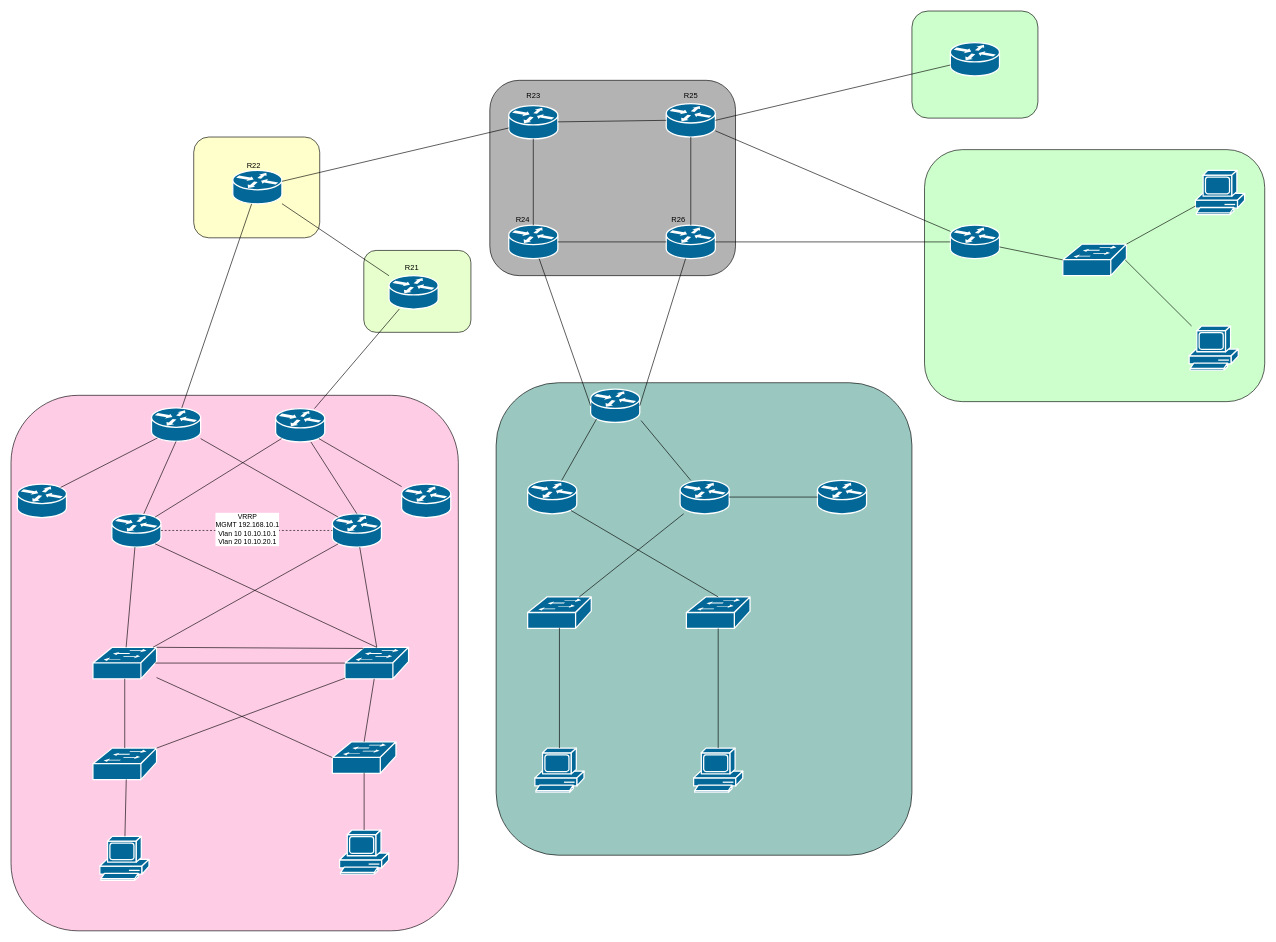
This is lab_04_network/NETWORK2025.drawio from alena250892/otus_network_engineer, a draw.io file, before an edit. Source tidied: cells renumbered, new cells numbered last; positions are measured from the earlier drawing's top-left corner, leaving out a move shared by most shapes. Both pictures are drawn from the tidied source at 63%, with x=0, y=0 at pixel (11, 11).
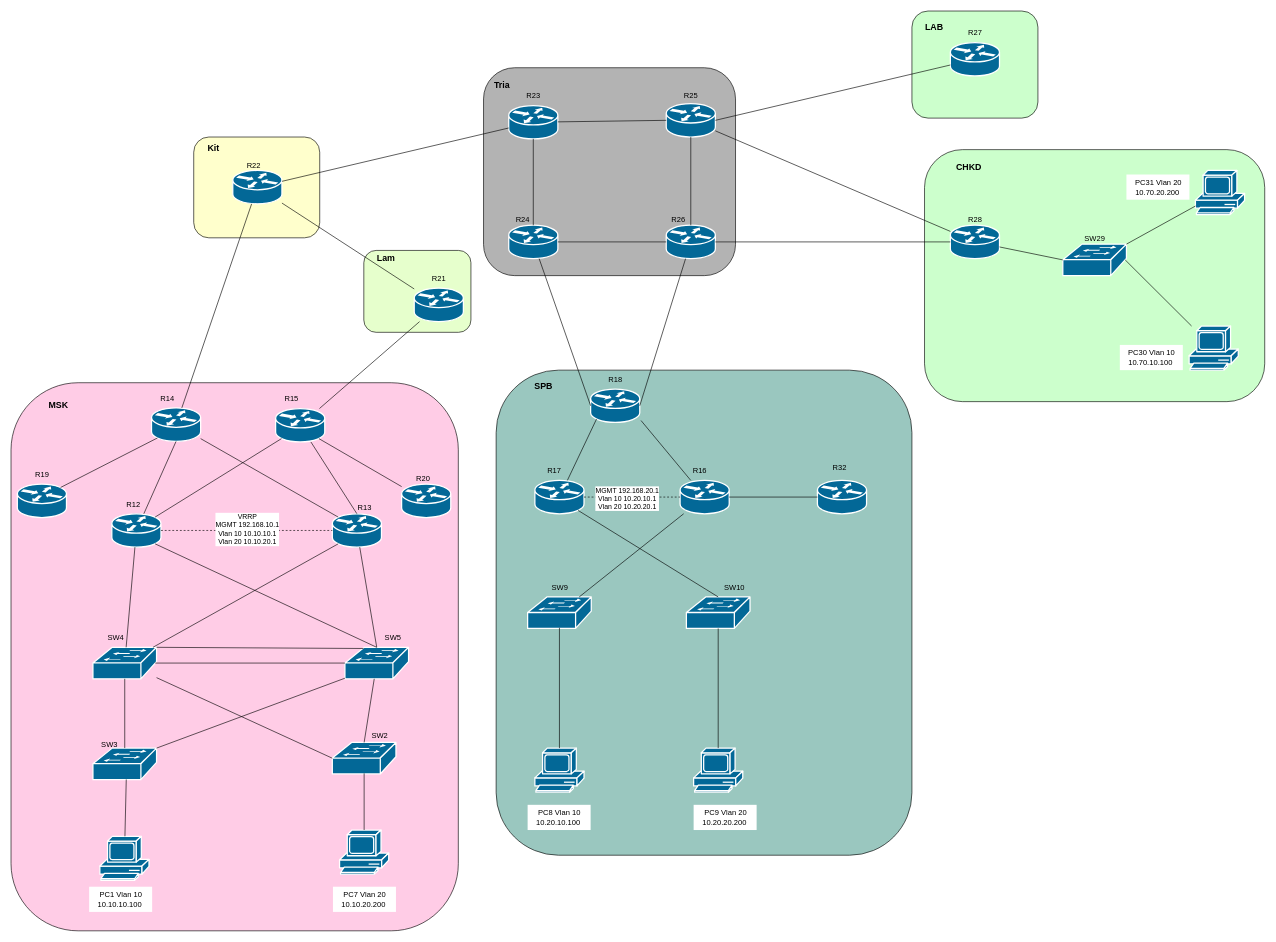
After the change.

Unchanged cells that the change refers to:
```xml
<mxCell id="25" style="shape=mxgraph.cisco.routers.router;sketch=0;html=1;dashed=0;fillColor=#036897;strokeColor=#ffffff;strokeWidth=2;verticalLabelPosition=bottom;verticalAlign=top;align=center;outlineConnect=0;" parent="1" vertex="1">
  <mxGeometry x="1062" y="745" width="78" height="53" as="geometry" />
</mxCell>
```

The edit, as a diff of the source:
```diff
@@
     <mxCell id="3" style="rounded=1;whiteSpace=wrap;html=1;fillColor=#B3B3B3;" parent="1" vertex="1">
-      <mxGeometry x="760" y="110" width="390" height="310" as="geometry" />
+      <mxGeometry x="750" y="90" width="400" height="330" as="geometry" />
     </mxCell>
@@
     <mxCell id="7" style="rounded=1;whiteSpace=wrap;html=1;fillColor=#9AC7BF;" parent="1" vertex="1">
-      <mxGeometry x="770" y="590" width="660" height="750" as="geometry" />
+      <mxGeometry x="770" y="570" width="660" height="770" as="geometry" />
     </mxCell>
     <mxCell id="8" style="rounded=1;whiteSpace=wrap;html=1;fillColor=#FFCCE6;" parent="1" vertex="1">
-      <mxGeometry y="610" width="710" height="850" as="geometry" />
+      <mxGeometry y="590" width="710" height="870" as="geometry" />
     </mxCell>
@@
     <mxCell id="16" style="shape=mxgraph.cisco.routers.router;sketch=0;html=1;dashed=0;fillColor=#036897;strokeColor=#ffffff;strokeWidth=2;verticalLabelPosition=bottom;verticalAlign=top;align=center;outlineConnect=0;" parent="1" vertex="1">
-      <mxGeometry x="600" y="420" width="78" height="53" as="geometry" />
+      <mxGeometry x="640" y="440" width="78" height="53" as="geometry" />
     </mxCell>
@@
     <mxCell id="24" style="shape=mxgraph.cisco.routers.router;sketch=0;html=1;dashed=0;fillColor=#036897;strokeColor=#ffffff;strokeWidth=2;verticalLabelPosition=bottom;verticalAlign=top;align=center;outlineConnect=0;" parent="1" vertex="1">
-      <mxGeometry x="820" y="745" width="78" height="53" as="geometry" />
+      <mxGeometry x="831.5" y="745" width="78" height="53" as="geometry" />
     </mxCell>
@@
     <mxCell id="30" style="shape=mxgraph.cisco.switches.workgroup_switch;sketch=0;html=1;dashed=0;fillColor=#036897;strokeColor=#ffffff;strokeWidth=2;verticalLabelPosition=bottom;verticalAlign=top;align=center;outlineConnect=0;" parent="1" vertex="1">
-      <mxGeometry x="510" y="1160" width="101" height="50" as="geometry" />
+      <mxGeometry x="510" y="1161" width="101" height="50" as="geometry" />
     </mxCell>
@@
     <mxCell id="85" value="R21" style="text;html=1;align=center;verticalAlign=middle;strokeColor=none;fillColor=none;" parent="1" vertex="1">
-      <mxGeometry x="611" y="393" width="50" height="30" as="geometry" />
+      <mxGeometry x="654" y="410" width="50" height="30" as="geometry" />
     </mxCell>
@@
+    <mxCell id="89" style="endArrow=none;dashed=1;html=1;rounded=0;entryX=0;entryY=0.5;entryDx=0;entryDy=0;entryPerimeter=0;exitX=1;exitY=0.5;exitDx=0;exitDy=0;exitPerimeter=0;" parent="1" edge="1" source="24" target="25">
+      <mxGeometry relative="1" as="geometry" />
+    </mxCell>
+    <mxCell id="90" value="MGMT 192.168.20.1&lt;div&gt;Vlan 10 10.20.10.1&lt;/div&gt;&lt;div&gt;Vlan 20 10.20.20.1&lt;/div&gt;" style="edgeLabel;html=1;align=center;verticalAlign=middle;" parent="89" vertex="1">
+      <mxGeometry x="-0.11" y="-2" relative="1" as="geometry" />
+    </mxCell>
+    <mxCell id="91" value="R27" style="text;html=1;align=center;verticalAlign=middle;strokeColor=none;fillColor=none;" parent="1" vertex="1">
+      <mxGeometry x="1505" y="20" width="50" height="30" as="geometry" />
+    </mxCell>
+    <mxCell id="92" value="R28" style="text;html=1;align=center;verticalAlign=middle;strokeColor=none;fillColor=none;" parent="1" vertex="1">
+      <mxGeometry x="1505" y="317" width="50" height="30" as="geometry" />
+    </mxCell>
+    <mxCell id="93" value="R18" style="text;html=1;align=center;verticalAlign=middle;strokeColor=none;fillColor=none;" parent="1" vertex="1">
+      <mxGeometry x="934" y="570" width="50" height="30" as="geometry" />
+    </mxCell>
+    <mxCell id="94" value="R32" style="text;html=1;align=center;verticalAlign=middle;strokeColor=none;fillColor=none;" parent="1" vertex="1">
+      <mxGeometry x="1290" y="710" width="50" height="30" as="geometry" />
+    </mxCell>
+    <mxCell id="95" value="R16" style="text;html=1;align=center;verticalAlign=middle;strokeColor=none;fillColor=none;" parent="1" vertex="1">
+      <mxGeometry x="1068" y="715" width="50" height="30" as="geometry" />
+    </mxCell>
+    <mxCell id="96" value="R17" style="text;html=1;align=center;verticalAlign=middle;strokeColor=none;fillColor=none;" parent="1" vertex="1">
+      <mxGeometry x="836.5" y="715" width="50" height="30" as="geometry" />
+    </mxCell>
+    <mxCell id="97" value="R14" style="text;html=1;align=center;verticalAlign=middle;strokeColor=none;fillColor=none;" parent="1" vertex="1">
+      <mxGeometry x="223" y="600" width="50" height="30" as="geometry" />
+    </mxCell>
+    <mxCell id="98" value="R15" style="text;html=1;align=center;verticalAlign=middle;strokeColor=none;fillColor=none;" parent="1" vertex="1">
+      <mxGeometry x="420" y="601" width="50" height="30" as="geometry" />
+    </mxCell>
+    <mxCell id="99" value="R19" style="text;html=1;align=center;verticalAlign=middle;strokeColor=none;fillColor=none;" parent="1" vertex="1">
+      <mxGeometry x="24" y="721" width="50" height="30" as="geometry" />
+    </mxCell>
+    <mxCell id="100" value="R20" style="text;html=1;align=center;verticalAlign=middle;strokeColor=none;fillColor=none;" parent="1" vertex="1">
+      <mxGeometry x="629" y="727" width="50" height="30" as="geometry" />
+    </mxCell>
+    <mxCell id="101" value="R12" style="text;html=1;align=center;verticalAlign=middle;strokeColor=none;fillColor=none;" parent="1" vertex="1">
+      <mxGeometry x="169" y="768" width="50" height="30" as="geometry" />
+    </mxCell>
+    <mxCell id="102" value="R13" style="text;html=1;align=center;verticalAlign=middle;strokeColor=none;fillColor=none;" parent="1" vertex="1">
+      <mxGeometry x="535.5" y="774" width="50" height="30" as="geometry" />
+    </mxCell>
+    <mxCell id="103" value="SW4" style="text;html=1;align=center;verticalAlign=middle;strokeColor=none;fillColor=none;" parent="1" vertex="1">
+      <mxGeometry x="141" y="980" width="50" height="30" as="geometry" />
+    </mxCell>
+    <mxCell id="104" value="SW5" style="text;html=1;align=center;verticalAlign=middle;strokeColor=none;fillColor=none;" parent="1" vertex="1">
+      <mxGeometry x="581" y="980" width="50" height="30" as="geometry" />
+    </mxCell>
+    <mxCell id="105" value="SW9" style="text;html=1;align=center;verticalAlign=middle;strokeColor=none;fillColor=none;" parent="1" vertex="1">
+      <mxGeometry x="845.5" y="900" width="50" height="30" as="geometry" />
+    </mxCell>
+    <mxCell id="106" value="SW10" style="text;html=1;align=center;verticalAlign=middle;strokeColor=none;fillColor=none;" parent="1" vertex="1">
+      <mxGeometry x="1118" y="900" width="60" height="30" as="geometry" />
+    </mxCell>
+    <mxCell id="107" value="SW29" style="text;html=1;align=center;verticalAlign=middle;strokeColor=none;fillColor=none;" parent="1" vertex="1">
+      <mxGeometry x="1690" y="347" width="60" height="30" as="geometry" />
+    </mxCell>
+    <mxCell id="108" value="PC1 Vlan 10&lt;div&gt;10.10.10.100&amp;nbsp;&lt;/div&gt;" style="text;html=1;align=center;verticalAlign=middle;strokeColor=none;fillColor=#FFFFFF;" parent="1" vertex="1">
+      <mxGeometry x="124" y="1390" width="100" height="40" as="geometry" />
+    </mxCell>
+    <mxCell id="109" value="PC7 Vlan 20&lt;div&gt;10.10.20.200&amp;nbsp;&lt;/div&gt;" style="text;html=1;align=center;verticalAlign=middle;strokeColor=none;fillColor=#FFFFFF;" parent="1" vertex="1">
+      <mxGeometry x="511" y="1390" width="100" height="40" as="geometry" />
+    </mxCell>
+    <mxCell id="110" value="PC8 Vlan 10&lt;div&gt;10.20.10.100&amp;nbsp;&lt;/div&gt;" style="text;html=1;align=center;verticalAlign=middle;strokeColor=none;fillColor=#FFFFFF;" parent="1" vertex="1">
+      <mxGeometry x="820" y="1260" width="100" height="40" as="geometry" />
+    </mxCell>
+    <mxCell id="111" value="PC30 Vlan 10&lt;div&gt;10.70.10.100&amp;nbsp;&lt;/div&gt;" style="text;html=1;align=center;verticalAlign=middle;strokeColor=none;fillColor=#FFFFFF;" parent="1" vertex="1">
+      <mxGeometry x="1760" y="530" width="100" height="40" as="geometry" />
+    </mxCell>
+    <mxCell id="112" value="PC9 Vlan 20&lt;div&gt;10.20.20.200&amp;nbsp;&lt;/div&gt;" style="text;html=1;align=center;verticalAlign=middle;strokeColor=none;fillColor=#FFFFFF;" parent="1" vertex="1">
+      <mxGeometry x="1083.5" y="1260" width="100" height="40" as="geometry" />
+    </mxCell>
+    <mxCell id="113" value="PC31 Vlan 20&lt;div&gt;10.70.20.200&amp;nbsp;&lt;/div&gt;" style="text;html=1;align=center;verticalAlign=middle;strokeColor=none;fillColor=#FFFFFF;" parent="1" vertex="1">
+      <mxGeometry x="1770.5" y="259.5" width="100" height="40" as="geometry" />
+    </mxCell>
+    <mxCell id="114" value="SW3" style="text;html=1;align=center;verticalAlign=middle;strokeColor=none;fillColor=none;" parent="1" vertex="1">
+      <mxGeometry x="131" y="1150" width="50" height="30" as="geometry" />
+    </mxCell>
+    <mxCell id="115" value="SW2" style="text;html=1;align=center;verticalAlign=middle;strokeColor=none;fillColor=none;" parent="1" vertex="1">
+      <mxGeometry x="560" y="1135" width="50" height="30" as="geometry" />
+    </mxCell>
+    <mxCell id="116" value="&lt;b&gt;&lt;font style=&quot;font-size: 14px;&quot;&gt;Kit&lt;/font&gt;&lt;/b&gt;" style="text;html=1;align=center;verticalAlign=middle;strokeColor=none;fillColor=none;" parent="1" vertex="1">
+      <mxGeometry x="301" y="203" width="40" height="30" as="geometry" />
+    </mxCell>
+    <mxCell id="117" value="&lt;b&gt;&lt;font style=&quot;font-size: 14px;&quot;&gt;MSK&lt;/font&gt;&lt;/b&gt;" style="text;html=1;align=center;verticalAlign=middle;strokeColor=none;fillColor=none;" parent="1" vertex="1">
+      <mxGeometry x="50" y="610" width="50" height="30" as="geometry" />
+    </mxCell>
+    <mxCell id="118" value="&lt;b&gt;&lt;font style=&quot;font-size: 14px;&quot;&gt;SPB&lt;/font&gt;&lt;/b&gt;" style="text;html=1;align=center;verticalAlign=middle;strokeColor=none;fillColor=none;" parent="1" vertex="1">
+      <mxGeometry x="820" y="580" width="50" height="30" as="geometry" />
+    </mxCell>
+    <mxCell id="119" value="&lt;b&gt;&lt;font style=&quot;font-size: 14px;&quot;&gt;Lam&lt;/font&gt;&lt;/b&gt;" style="text;html=1;align=center;verticalAlign=middle;strokeColor=none;fillColor=none;" parent="1" vertex="1">
+      <mxGeometry x="570" y="377" width="50" height="30" as="geometry" />
+    </mxCell>
+    <mxCell id="120" value="&lt;b&gt;&lt;font style=&quot;font-size: 14px;&quot;&gt;CHKD&lt;/font&gt;&lt;/b&gt;" style="text;html=1;align=center;verticalAlign=middle;strokeColor=none;fillColor=none;" parent="1" vertex="1">
+      <mxGeometry x="1490" y="233" width="60" height="30" as="geometry" />
+    </mxCell>
+    <mxCell id="121" value="&lt;b&gt;&lt;font style=&quot;font-size: 14px;&quot;&gt;LAB&lt;/font&gt;&lt;/b&gt;" style="text;html=1;align=center;verticalAlign=middle;strokeColor=none;fillColor=none;" parent="1" vertex="1">
+      <mxGeometry x="1440" y="10" width="50" height="30" as="geometry" />
+    </mxCell>
+    <mxCell id="122" value="&lt;b&gt;&lt;font style=&quot;font-size: 14px;&quot;&gt;Tria&lt;/font&gt;&lt;/b&gt;" style="text;html=1;align=center;verticalAlign=middle;strokeColor=none;fillColor=none;" parent="1" vertex="1">
+      <mxGeometry x="754" y="103" width="50" height="30" as="geometry" />
+    </mxCell>
```
